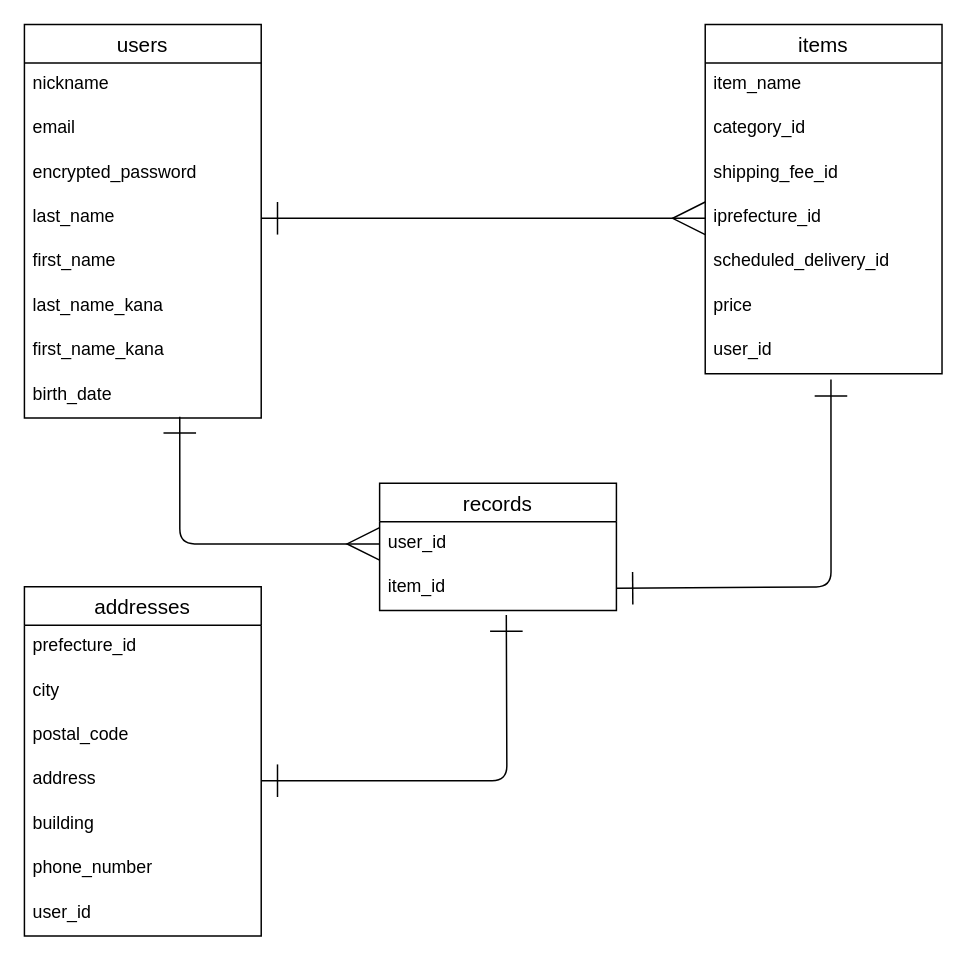
The draw.io diagram furima.dio in yrikiriki/furima-37897, before the edit. Source tidied: cells renumbered, new cells numbered last; positions are measured from the earlier drawing's top-left corner, leaving out a move shared by most shapes. Both pictures are drawn from the tidied source at 148%, with x=0, y=0 at pixel (24, 24).
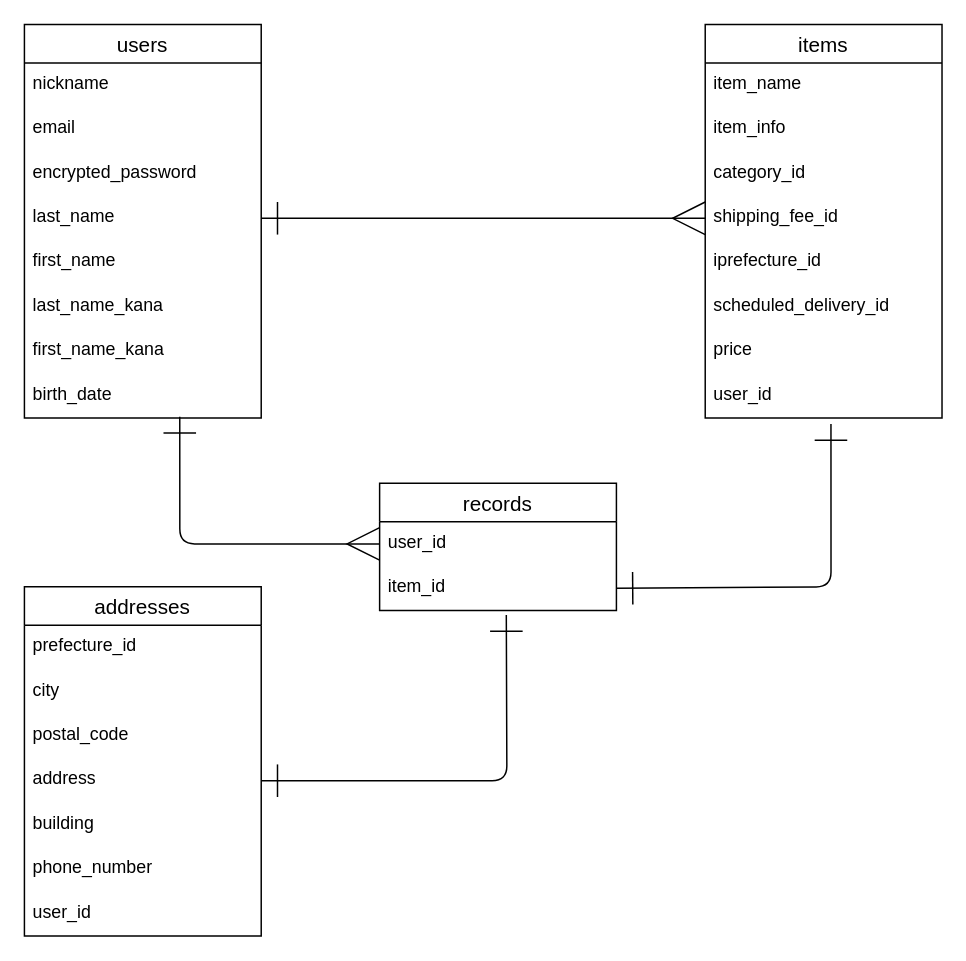
After the change.

Unchanged cells that the change refers to:
```xml
<mxCell id="6" value="last_name" style="text;strokeColor=none;fillColor=none;spacingLeft=4;spacingRight=4;overflow=hidden;points=[[0,0.5],[1,0.5]];portConstraint=eastwest;fontSize=12;" parent="2" vertex="1">
  <mxGeometry y="116" width="160" height="30" as="geometry" />
</mxCell>
```

What changed in the source:
```diff
@@
     <mxCell id="11" value="items" style="swimlane;fontStyle=0;horizontal=1;startSize=26;align=center;fontSize=14;" parent="1" vertex="1">
-      <mxGeometry x="460" width="160" height="236" as="geometry" />
+      <mxGeometry x="460" width="160" height="266" as="geometry" />
     </mxCell>
@@
+    <mxCell id="34" value="item_info" style="text;strokeColor=none;fillColor=none;spacingLeft=4;spacingRight=4;overflow=hidden;fontSize=12;" parent="11" vertex="1">
+      <mxGeometry y="56" width="160" height="30" as="geometry" />
+    </mxCell>
     <mxCell id="13" value="category_id" style="text;strokeColor=none;fillColor=none;spacingLeft=4;spacingRight=4;overflow=hidden;fontSize=12;" parent="11" vertex="1">
-      <mxGeometry y="56" width="160" height="30" as="geometry" />
+      <mxGeometry y="86" width="160" height="30" as="geometry" />
     </mxCell>
     <mxCell id="14" value="shipping_fee_id" style="text;strokeColor=none;fillColor=none;spacingLeft=4;spacingRight=4;overflow=hidden;points=[[0,0.5],[1,0.5]];portConstraint=eastwest;fontSize=12;" parent="11" vertex="1">
-      <mxGeometry y="86" width="160" height="30" as="geometry" />
+      <mxGeometry y="116" width="160" height="30" as="geometry" />
     </mxCell>
     <mxCell id="15" value="iprefecture_id" style="text;strokeColor=none;fillColor=none;spacingLeft=4;spacingRight=4;overflow=hidden;points=[[0,0.5],[1,0.5]];portConstraint=eastwest;fontSize=12;" parent="11" vertex="1">
-      <mxGeometry y="116" width="160" height="30" as="geometry" />
+      <mxGeometry y="146" width="160" height="30" as="geometry" />
     </mxCell>
     <mxCell id="16" value="scheduled_delivery_id" style="text;strokeColor=none;fillColor=none;spacingLeft=4;spacingRight=4;overflow=hidden;fontSize=12;" parent="11" vertex="1">
-      <mxGeometry y="146" width="160" height="30" as="geometry" />
+      <mxGeometry y="176" width="160" height="30" as="geometry" />
     </mxCell>
     <mxCell id="17" value="price" style="text;strokeColor=none;fillColor=none;spacingLeft=4;spacingRight=4;overflow=hidden;fontSize=12;" parent="11" vertex="1">
-      <mxGeometry y="176" width="160" height="30" as="geometry" />
+      <mxGeometry y="206" width="160" height="30" as="geometry" />
     </mxCell>
     <mxCell id="18" value="user_id" style="text;strokeColor=none;fillColor=none;spacingLeft=4;spacingRight=4;overflow=hidden;points=[[0,0.5],[1,0.5]];portConstraint=eastwest;fontSize=12;" parent="11" vertex="1">
-      <mxGeometry y="206" width="160" height="30" as="geometry" />
+      <mxGeometry y="236" width="160" height="30" as="geometry" />
     </mxCell>
@@
-    <mxCell id="32" style="edgeStyle=none;html=1;entryX=1;entryY=0.5;entryDx=0;entryDy=0;startArrow=ERmany;startFill=0;endArrow=ERone;endFill=0;startSize=20;endSize=20;exitX=0;exitY=0.5;exitDx=0;exitDy=0;" parent="1" edge="1" source="15" target="6">
+    <mxCell id="32" style="edgeStyle=none;html=1;entryX=1;entryY=0.5;entryDx=0;entryDy=0;startArrow=ERmany;startFill=0;endArrow=ERone;endFill=0;startSize=20;endSize=20;exitX=0;exitY=0.5;exitDx=0;exitDy=0;" parent="1" edge="1" source="14" target="6">
       <mxGeometry relative="1" as="geometry" />
     </mxCell>
```
